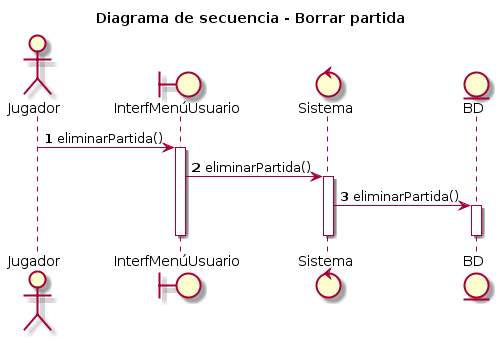
Before: UML/Diagramas de secuencia/Jugador/Eliminar partida/Eliminar partida.png, a diagram exported from PlantUML (dmontesinos/ES-2019-G43-2-02.v1). Source of this version:
```plantuml
@startuml
title Diagrama de secuencia - Borrar partida
autonumber
actor Jugador
boundary InterfMenúUsuario
control Sistema
entity BD

Jugador -> InterfMenúUsuario : eliminarPartida()
activate InterfMenúUsuario
InterfMenúUsuario -> Sistema : eliminarPartida()
activate Sistema
Sistema -> BD : eliminarPartida()
activate BD
deactivate BD
deactivate Sistema
deactivate InterfMenúUsuario
@enduml
```
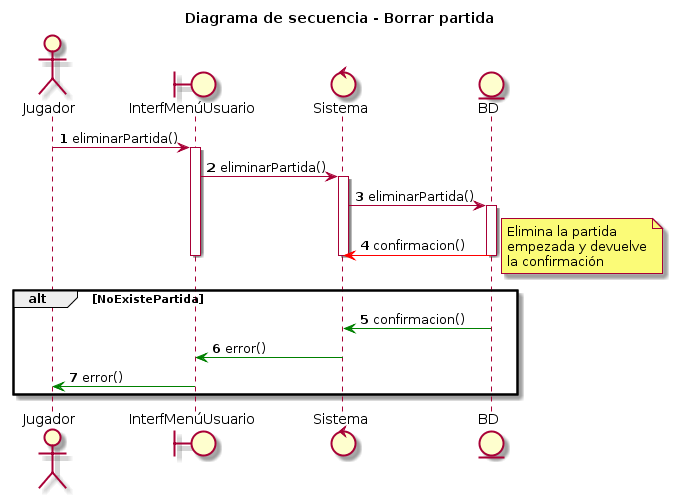
Later version of the same file.

The edit, as a diff of the source:
```diff
@@ -12,7 +12,20 @@
 activate Sistema
 Sistema -> BD : eliminarPartida()
 activate BD
+BD -[#red]> Sistema : confirmacion()
+note right
+Elimina la partida
+empezada y devuelve
+la confirmación
+end note
+
+
 deactivate BD
 deactivate Sistema
 deactivate InterfMenúUsuario
+alt NoExistePartida
+BD -[#green]> Sistema : confirmacion()
+Sistema -[#green]> InterfMenúUsuario : error()
+InterfMenúUsuario -[#green]> Jugador : error()
+end
 @enduml
```
